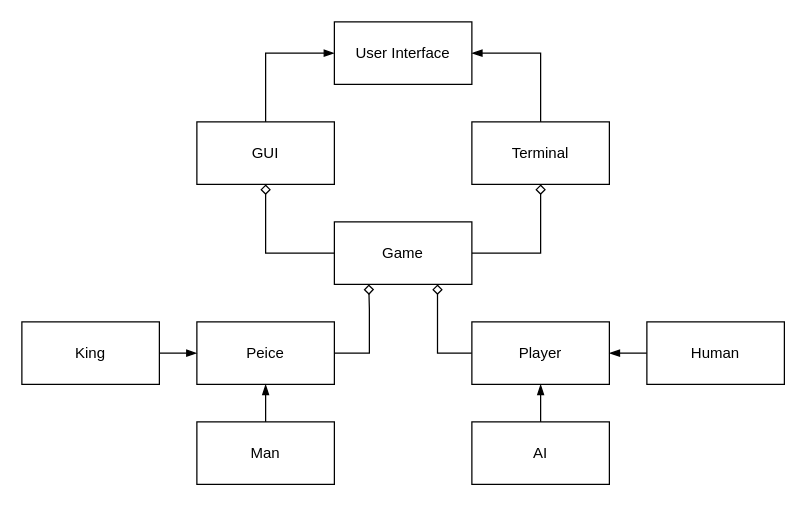
AlexDixon26/NEA-Project-2021 keeps this draw.io diagram as Documentation/Software Object Model.drawio. Above is the earlier version. Source tidied: cells renumbered, new cells numbered last; positions are measured from the earlier drawing's top-left corner, leaving out a move shared by most shapes. Both pictures are drawn from the tidied source at 125%, with x=0, y=0 at pixel (21, 21).
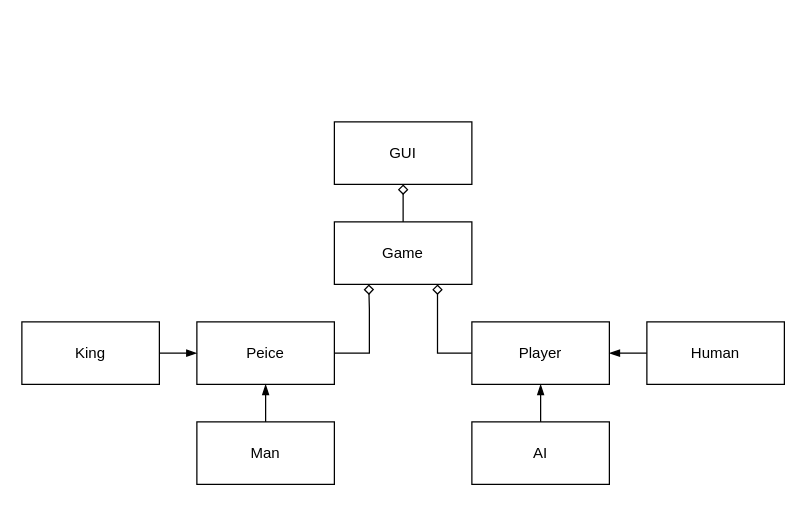
The same diagram, later.

Unchanged cells that the change refers to:
```xml
<mxCell id="9" value="Game" style="rounded=0;whiteSpace=wrap;html=1;" parent="1" vertex="1">
  <mxGeometry x="250" y="160" width="110" height="50" as="geometry" />
</mxCell>
```

What changed in the source:
```diff
@@
-    <mxCell id="2" value="User Interface" style="rounded=0;whiteSpace=wrap;html=1;" parent="1" vertex="1">
-      <mxGeometry x="250" width="110" height="50" as="geometry" />
-    </mxCell>
-    <mxCell id="3" style="edgeStyle=orthogonalEdgeStyle;rounded=0;jettySize=auto;html=1;entryX=0;entryY=0.5;entryDx=0;entryDy=0;endArrow=blockThin;endFill=1;" parent="1" edge="1" source="4" target="2">
-      <mxGeometry relative="1" as="geometry" />
-    </mxCell>
     <mxCell id="4" value="GUI" style="rounded=0;whiteSpace=wrap;html=1;" parent="1" vertex="1">
-      <mxGeometry x="140" y="80" width="110" height="50" as="geometry" />
+      <mxGeometry x="250" y="80" width="110" height="50" as="geometry" />
     </mxCell>
-    <mxCell id="5" style="edgeStyle=orthogonalEdgeStyle;rounded=0;jettySize=auto;html=1;entryX=1;entryY=0.5;entryDx=0;entryDy=0;endArrow=blockThin;endFill=1;" parent="1" edge="1" source="6" target="2">
-      <mxGeometry relative="1" as="geometry" />
-    </mxCell>
-    <mxCell id="6" value="Terminal" style="rounded=0;whiteSpace=wrap;html=1;" parent="1" vertex="1">
-      <mxGeometry x="360" y="80" width="110" height="50" as="geometry" />
-    </mxCell>
     <mxCell id="7" style="edgeStyle=orthogonalEdgeStyle;rounded=0;jettySize=auto;html=1;entryX=0.5;entryY=1;entryDx=0;entryDy=0;endArrow=diamond;endFill=0;" parent="1" edge="1" source="9" target="4">
       <mxGeometry relative="1" as="geometry">
         <Array as="points">
-          <mxPoint x="195" y="185" />
+          <mxPoint x="305" y="150" />
+          <mxPoint x="305" y="150" />
         </Array>
       </mxGeometry>
     </mxCell>
-    <mxCell id="8" style="edgeStyle=orthogonalEdgeStyle;rounded=0;jettySize=auto;html=1;entryX=0.5;entryY=1;entryDx=0;entryDy=0;endArrow=diamond;endFill=0;" parent="1" edge="1" source="9" target="6">
-      <mxGeometry relative="1" as="geometry">
-        <Array as="points">
-          <mxPoint x="415" y="185" />
-        </Array>
-      </mxGeometry>
-    </mxCell>
```
